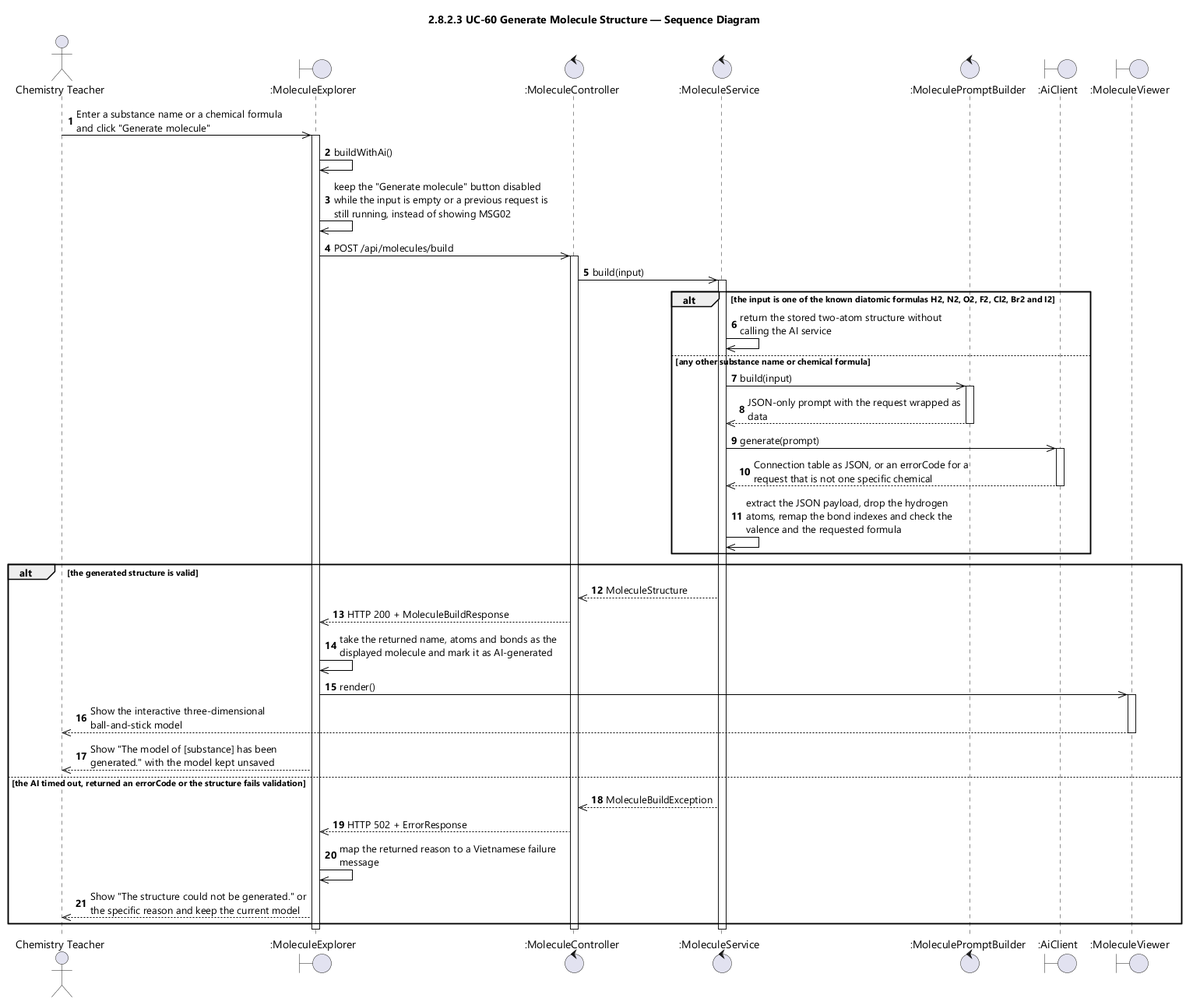
EduA-system/EduA-system keeps this PlantUML diagram as designs/sds-diagrams/uc60/uc60-sequence-diagram-icon.png. Above is the earlier version. Its diagram source:
```plantuml
@startuml UC-60 Generate Molecule Structure - Sequence Diagram (icon)
skinparamlocked dpi 96
skinparam defaultFontName "Segoe UI"
skinparam shadowing false
skinparam ParticipantBackgroundColor #FFFFFF
skinparam ParticipantBorderColor #000000
skinparam ArrowColor #000000
skinparam sequenceMessageAlign left
skinparam maxMessageSize 280
title 2.8.2.3 UC-60 Generate Molecule Structure — Sequence Diagram

actor "Chemistry Teacher" as Teacher
boundary ":MoleculeExplorer" as EXP
control ":MoleculeController" as CTL
control ":MoleculeService" as SVC
control ":MoleculePromptBuilder" as PB
boundary ":AiClient" as AI
boundary ":MoleculeViewer" as VIEW

autonumber
Teacher ->> EXP : Enter a substance name or a chemical formula and click "Generate molecule"
activate EXP
EXP ->> EXP : buildWithAi()
EXP ->> EXP : keep the "Generate molecule" button disabled while the input is empty or a previous request is still running, instead of showing MSG02
EXP ->> CTL : POST /api/molecules/build
activate CTL
CTL ->> SVC : build(input)
activate SVC

alt the input is one of the known diatomic formulas H2, N2, O2, F2, Cl2, Br2 and I2
  SVC ->> SVC : return the stored two-atom structure without calling the AI service
else any other substance name or chemical formula
  SVC ->> PB : build(input)
  activate PB
  PB -->> SVC : JSON-only prompt with the request wrapped as data
  deactivate PB
  SVC ->> AI : generate(prompt)
  activate AI
  AI -->> SVC : Connection table as JSON, or an errorCode for a request that is not one specific chemical
  deactivate AI
  SVC ->> SVC : extract the JSON payload, drop the hydrogen atoms, remap the bond indexes and check the valence and the requested formula
end

alt the generated structure is valid
  SVC -->> CTL : MoleculeStructure
  CTL -->> EXP : HTTP 200 + MoleculeBuildResponse
  EXP ->> EXP : take the returned name, atoms and bonds as the displayed molecule and mark it as AI-generated
  EXP ->> VIEW : render()
  activate VIEW
  VIEW -->> Teacher : Show the interactive three-dimensional ball-and-stick model
  deactivate VIEW
  EXP -->> Teacher : Show "The model of [substance] has been generated." with the model kept unsaved
else the AI timed out, returned an errorCode or the structure fails validation
  SVC -->> CTL : MoleculeBuildException
  CTL -->> EXP : HTTP 502 + ErrorResponse
  EXP ->> EXP : map the returned reason to a Vietnamese failure message
  EXP -->> Teacher : Show "The structure could not be generated." or the specific reason and keep the current model
end
deactivate SVC
deactivate CTL
deactivate EXP
@enduml
```
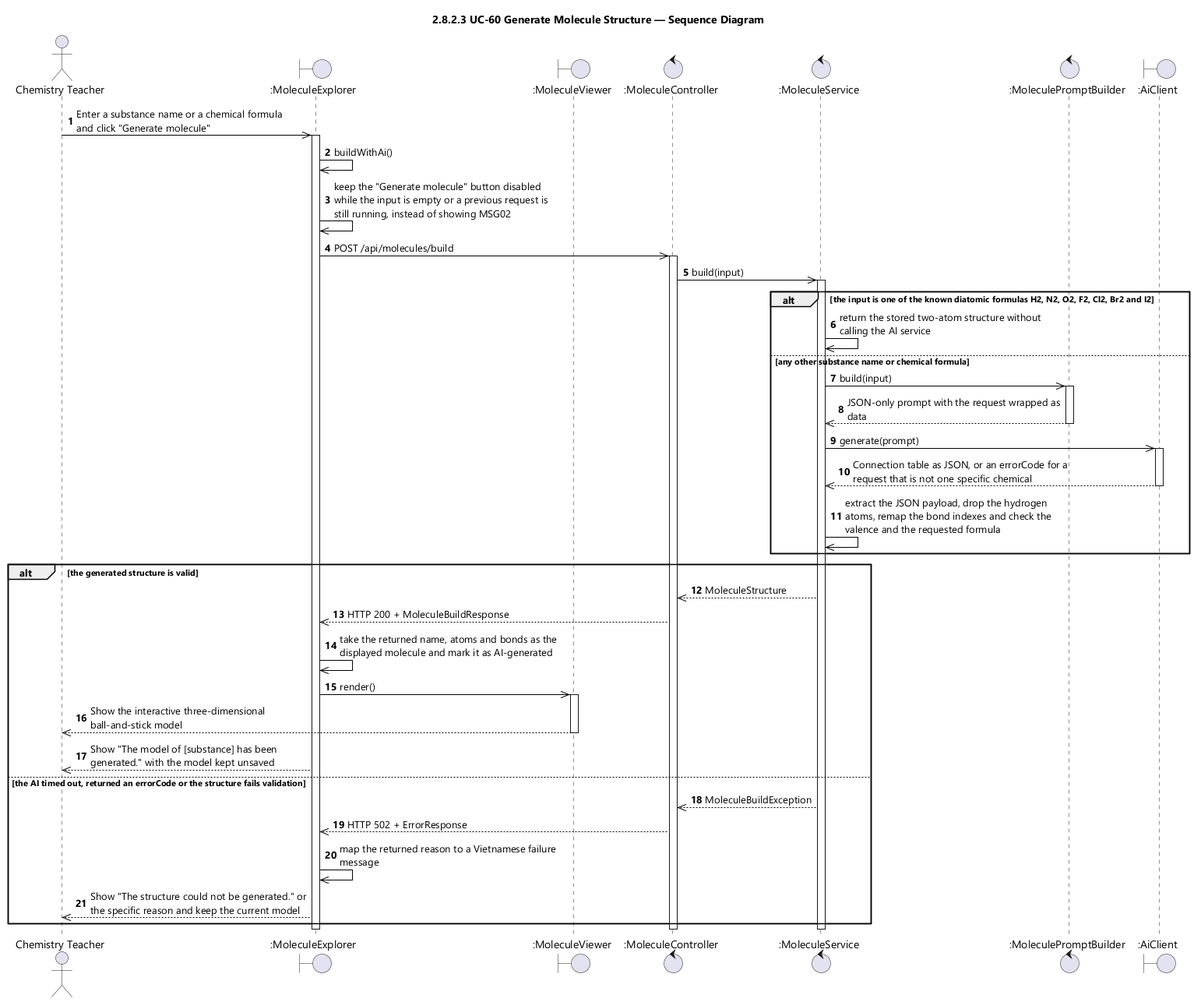
The same file after the commit.

What changed in the source:
```diff
@@ -11,11 +11,11 @@
 
 actor "Chemistry Teacher" as Teacher
 boundary ":MoleculeExplorer" as EXP
+boundary ":MoleculeViewer" as VIEW
 control ":MoleculeController" as CTL
 control ":MoleculeService" as SVC
 control ":MoleculePromptBuilder" as PB
 boundary ":AiClient" as AI
-boundary ":MoleculeViewer" as VIEW
 
 autonumber
 Teacher ->> EXP : Enter a substance name or a chemical formula and click "Generate molecule"
```
